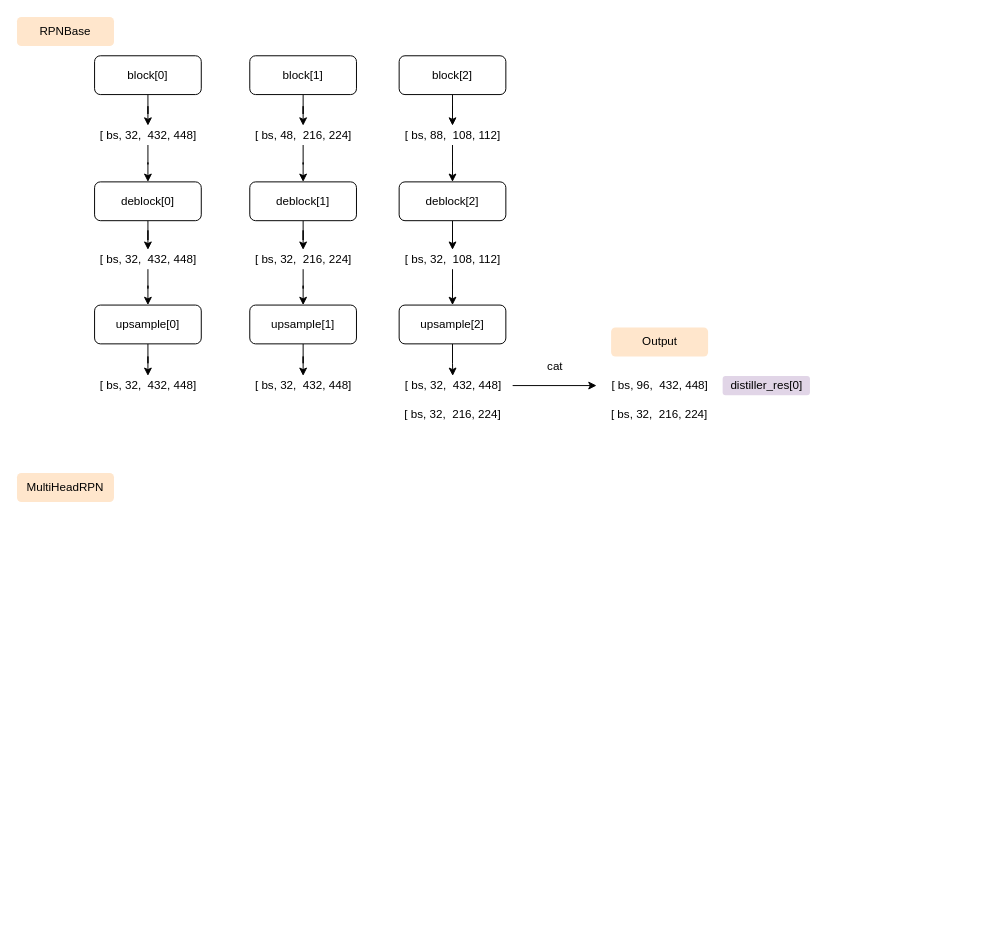
The draw.io diagram network.drawio in wennieWN/UML, before the edit. Source tidied: cells renumbered, new cells numbered last; positions are measured from the earlier drawing's top-left corner, leaving out a move shared by most shapes. Both pictures are drawn from the tidied source at 97%, with x=0, y=0 at pixel (16, 16).
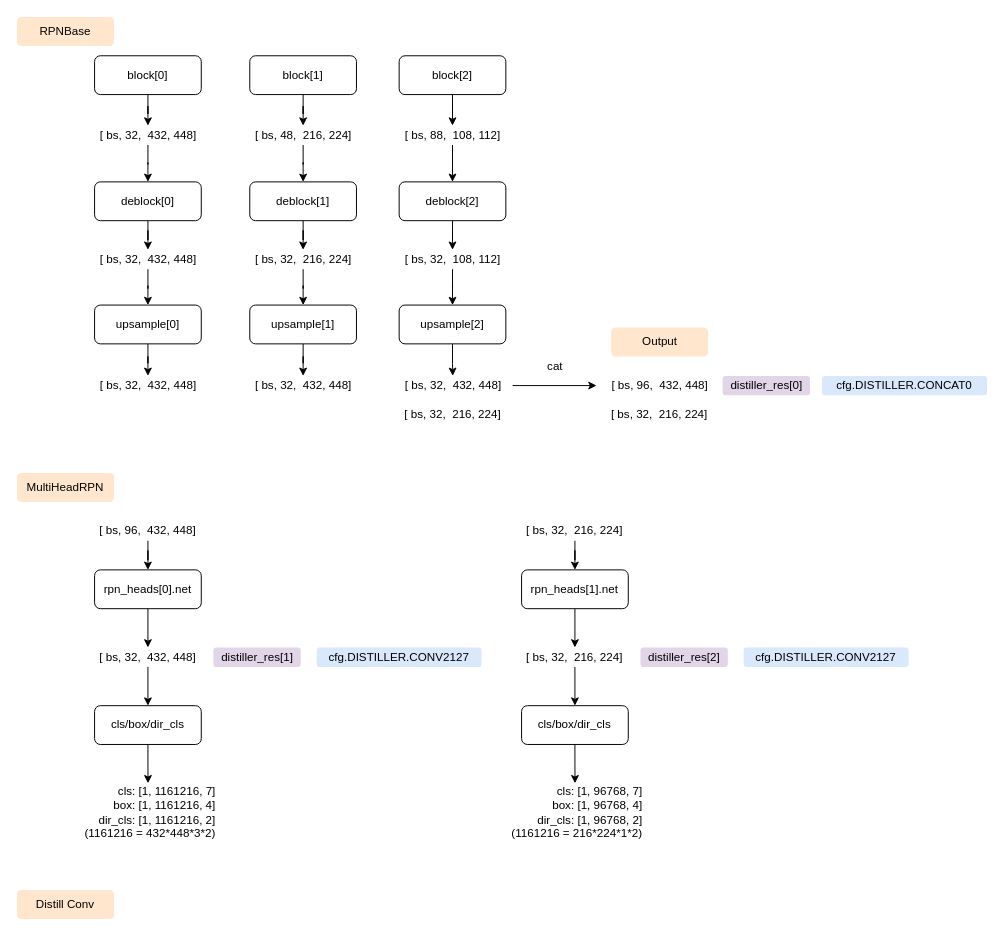
After the change.

Diff of the diagram source:
```diff
@@
+    <mxCell id="44" value="cfg.DISTILLER.CONCAT0" style="rounded=1;whiteSpace=wrap;html=1;fillColor=#dae8fc;strokeColor=none;" parent="1" vertex="1">
+      <mxGeometry x="830" y="370" width="170" height="20" as="geometry" />
+    </mxCell>
+    <mxCell id="45" style="edgeStyle=orthogonalEdgeStyle;rounded=0;jettySize=auto;html=1;entryX=0.5;entryY=0;entryDx=0;entryDy=0;" parent="1" edge="1" source="46" target="50">
+      <mxGeometry relative="1" as="geometry" />
+    </mxCell>
+    <mxCell id="46" value="rpn_heads[0].net" style="rounded=1;whiteSpace=wrap;html=1;" parent="1" vertex="1">
+      <mxGeometry x="80" y="570" width="110" height="40" as="geometry" />
+    </mxCell>
+    <mxCell id="47" style="edgeStyle=orthogonalEdgeStyle;rounded=0;jettySize=auto;html=1;entryX=0.5;entryY=0;entryDx=0;entryDy=0;" parent="1" edge="1" source="48" target="46">
+      <mxGeometry relative="1" as="geometry" />
+    </mxCell>
+    <mxCell id="48" value="[ bs, 96,&amp;nbsp; 432, 448]" style="text;html=1;strokeColor=none;fillColor=none;align=center;verticalAlign=middle;whiteSpace=wrap;rounded=0;" parent="1" vertex="1">
+      <mxGeometry x="70" y="520" width="130" height="20" as="geometry" />
+    </mxCell>
+    <mxCell id="49" style="edgeStyle=orthogonalEdgeStyle;rounded=0;jettySize=auto;html=1;" parent="1" edge="1" source="50" target="52">
+      <mxGeometry relative="1" as="geometry" />
+    </mxCell>
+    <mxCell id="50" value="[ bs, 32,&amp;nbsp; 432, 448]" style="text;html=1;strokeColor=none;fillColor=none;align=center;verticalAlign=middle;whiteSpace=wrap;rounded=0;" parent="1" vertex="1">
+      <mxGeometry x="70" y="650" width="130" height="20" as="geometry" />
+    </mxCell>
+    <mxCell id="51" style="edgeStyle=orthogonalEdgeStyle;rounded=0;jettySize=auto;html=1;" parent="1" edge="1" source="52" target="53">
+      <mxGeometry relative="1" as="geometry" />
+    </mxCell>
+    <mxCell id="52" value="cls/box/dir_cls" style="rounded=1;whiteSpace=wrap;html=1;" parent="1" vertex="1">
+      <mxGeometry x="80" y="710" width="110" height="40" as="geometry" />
+    </mxCell>
+    <mxCell id="53" value="cls: [1, 1161216, 7]&lt;br&gt;box: [1, 1161216, 4]&lt;br&gt;dir_cls: [1, 1161216, 2]&lt;br&gt;(1161216 = 432*448*3*2)" style="text;html=1;strokeColor=none;fillColor=none;align=right;verticalAlign=middle;whiteSpace=wrap;rounded=0;" parent="1" vertex="1">
+      <mxGeometry x="63.8" y="790" width="142.5" height="60" as="geometry" />
+    </mxCell>
+    <mxCell id="54" value="distiller_res[1]" style="rounded=1;whiteSpace=wrap;html=1;fillColor=#e1d5e7;strokeColor=none;" parent="1" vertex="1">
+      <mxGeometry x="202.5" y="650" width="90" height="20" as="geometry" />
+    </mxCell>
+    <mxCell id="55" value="cfg.DISTILLER.CONV2127" style="rounded=1;whiteSpace=wrap;html=1;fillColor=#dae8fc;strokeColor=none;" parent="1" vertex="1">
+      <mxGeometry x="309" y="650" width="170" height="20" as="geometry" />
+    </mxCell>
+    <mxCell id="56" style="edgeStyle=orthogonalEdgeStyle;rounded=0;jettySize=auto;html=1;entryX=0.5;entryY=0;entryDx=0;entryDy=0;" parent="1" edge="1" source="57" target="61">
+      <mxGeometry relative="1" as="geometry" />
+    </mxCell>
+    <mxCell id="57" value="rpn_heads[1].net" style="rounded=1;whiteSpace=wrap;html=1;" parent="1" vertex="1">
+      <mxGeometry x="520.2" y="570" width="110" height="40" as="geometry" />
+    </mxCell>
+    <mxCell id="58" style="edgeStyle=orthogonalEdgeStyle;rounded=0;jettySize=auto;html=1;entryX=0.5;entryY=0;entryDx=0;entryDy=0;" parent="1" edge="1" source="59" target="57">
+      <mxGeometry relative="1" as="geometry" />
+    </mxCell>
+    <mxCell id="59" value="[ bs, 32,&amp;nbsp; 216, 224]" style="text;html=1;strokeColor=none;fillColor=none;align=center;verticalAlign=middle;whiteSpace=wrap;rounded=0;" parent="1" vertex="1">
+      <mxGeometry x="510.2" y="520" width="130" height="20" as="geometry" />
+    </mxCell>
+    <mxCell id="60" style="edgeStyle=orthogonalEdgeStyle;rounded=0;jettySize=auto;html=1;" parent="1" edge="1" source="61" target="63">
+      <mxGeometry relative="1" as="geometry" />
+    </mxCell>
+    <mxCell id="61" value="[ bs, 32,&amp;nbsp; 216, 224]" style="text;html=1;strokeColor=none;fillColor=none;align=center;verticalAlign=middle;whiteSpace=wrap;rounded=0;" parent="1" vertex="1">
+      <mxGeometry x="510.2" y="650" width="130" height="20" as="geometry" />
+    </mxCell>
+    <mxCell id="62" style="edgeStyle=orthogonalEdgeStyle;rounded=0;jettySize=auto;html=1;" parent="1" edge="1" source="63" target="64">
+      <mxGeometry relative="1" as="geometry" />
+    </mxCell>
+    <mxCell id="63" value="cls/box/dir_cls" style="rounded=1;whiteSpace=wrap;html=1;" parent="1" vertex="1">
+      <mxGeometry x="520.2" y="710" width="110" height="40" as="geometry" />
+    </mxCell>
+    <mxCell id="64" value="cls: [1, 96768, 7]&lt;br&gt;box: [1, 96768, 4]&lt;br&gt;dir_cls: [1, 96768, 2]&lt;br&gt;(1161216 = 216*224*1*2)" style="text;html=1;strokeColor=none;fillColor=none;align=right;verticalAlign=middle;whiteSpace=wrap;rounded=0;" parent="1" vertex="1">
+      <mxGeometry x="504" y="790" width="142.5" height="60" as="geometry" />
+    </mxCell>
+    <mxCell id="65" value="distiller_res[2]" style="rounded=1;whiteSpace=wrap;html=1;fillColor=#e1d5e7;strokeColor=none;" parent="1" vertex="1">
+      <mxGeometry x="642.8" y="650" width="90" height="20" as="geometry" />
+    </mxCell>
+    <mxCell id="66" value="cfg.DISTILLER.CONV2127" style="rounded=1;whiteSpace=wrap;html=1;fillColor=#dae8fc;strokeColor=none;" parent="1" vertex="1">
+      <mxGeometry x="749.2" y="650" width="170" height="20" as="geometry" />
+    </mxCell>
+    <mxCell id="67" value="Distill Conv" style="rounded=1;whiteSpace=wrap;html=1;fillColor=#ffe6cc;strokeColor=none;" parent="1" vertex="1">
+      <mxGeometry y="900" width="100" height="30" as="geometry" />
+    </mxCell>
```
